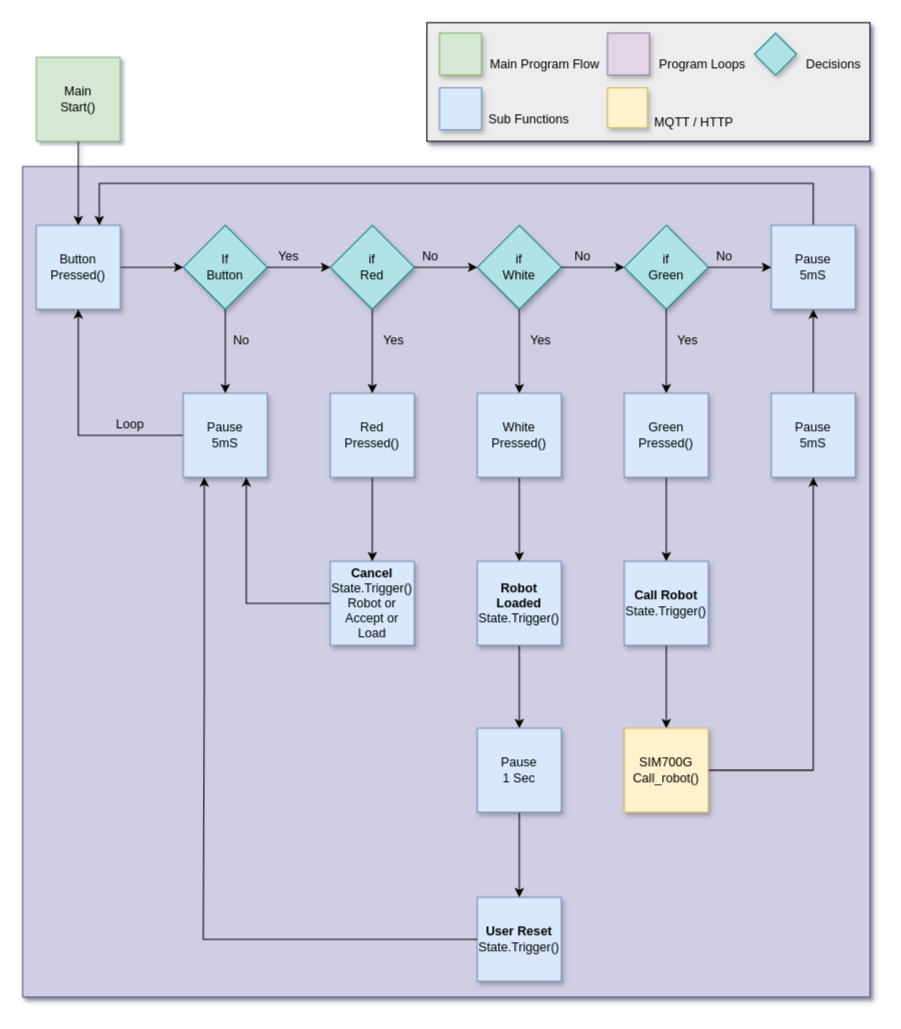
Before: WikiFiles/CAR2.drawio in 18684092/CAR, a draw.io diagram. Source tidied: cells renumbered, new cells numbered last; positions are measured from the earlier drawing's top-left corner, leaving out a move shared by most shapes. Both pictures are drawn from the tidied source at 105%, with x=0, y=0 at pixel (22, 22).
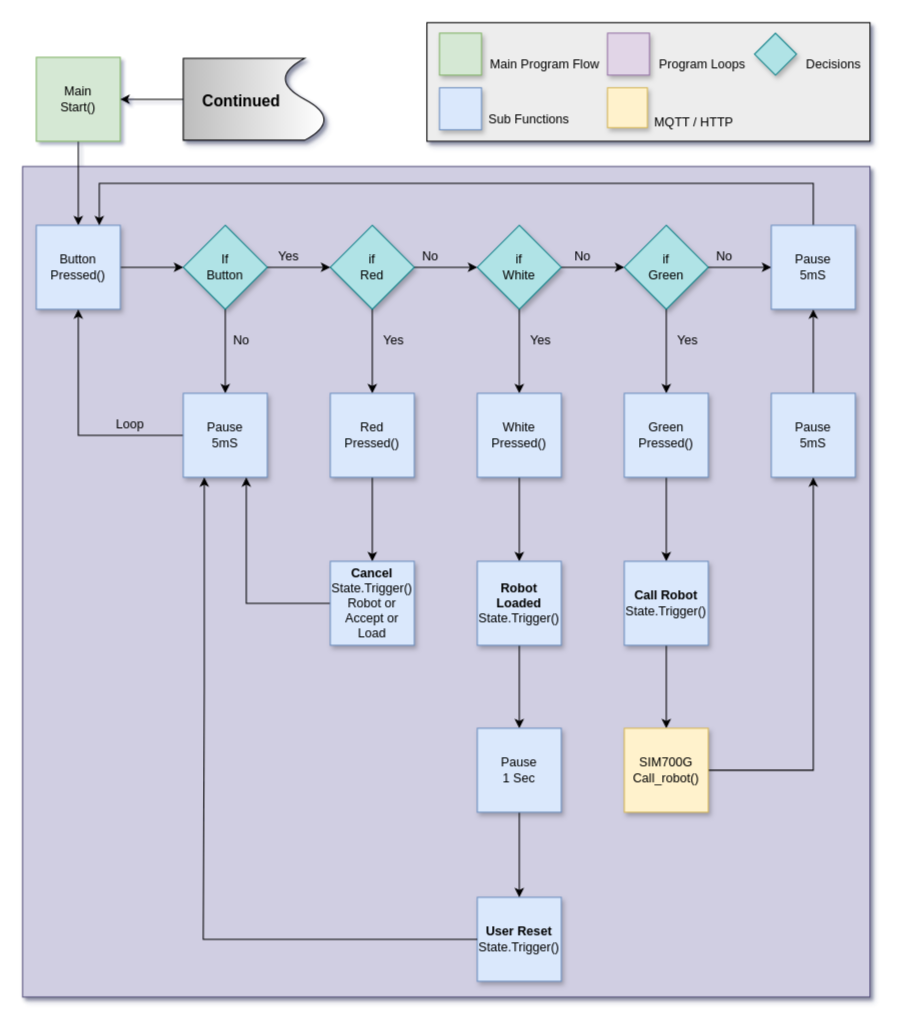
The same diagram, later.

Unchanged cells that the change refers to:
```xml
<mxCell id="14" value="Main&lt;br&gt;Start()" style="whiteSpace=wrap;html=1;fillColor=#d5e8d4;strokeColor=#82b366;" parent="1" vertex="1">
  <mxGeometry x="13" y="33" width="80" height="80" as="geometry" />
</mxCell>
```

What changed in the source:
```diff
@@
+    <mxCell id="63" style="edgeStyle=orthogonalEdgeStyle;rounded=0;jettySize=auto;html=1;fontSize=15;" parent="1" edge="1" source="64" target="14">
+      <mxGeometry relative="1" as="geometry" />
+    </mxCell>
+    <mxCell id="64" style="shape=document;whiteSpace=wrap;html=1;boundedLbl=1;shadow=1;rotation=-90;fillColor=#BDBDBD;gradientColor=#ffffff;" parent="1" vertex="1">
+      <mxGeometry x="182" y="5" width="78" height="136" as="geometry" />
+    </mxCell>
+    <mxCell id="65" value="&lt;font style=&quot;font-size: 15px&quot;&gt;&lt;b&gt;Continued&lt;/b&gt;&lt;/font&gt;" style="text;html=1;align=center;verticalAlign=middle;strokeColor=none;fillColor=none;" parent="1" vertex="1">
+      <mxGeometry x="163" y="64" width="90" height="20" as="geometry" />
+    </mxCell>
```
